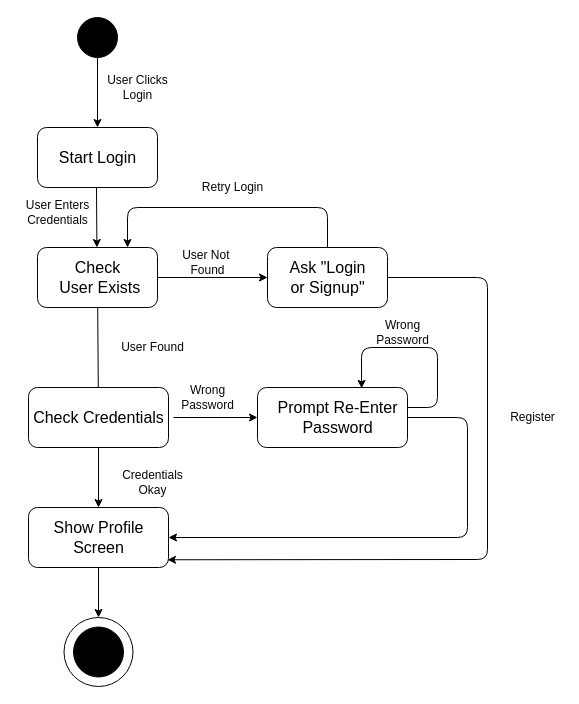
Earlier version of the draw.io diagram Dessign Documents/Diagrams/StateDiagrams/state_diagram_login.drawio (folkg/movie-ticket-reservation-app). Source tidied: cells renumbered, new cells numbered last; positions are measured from the earlier drawing's top-left corner, leaving out a move shared by most shapes. Both pictures are drawn from the tidied source at 100%, with x=0, y=0 at pixel (17, 17).
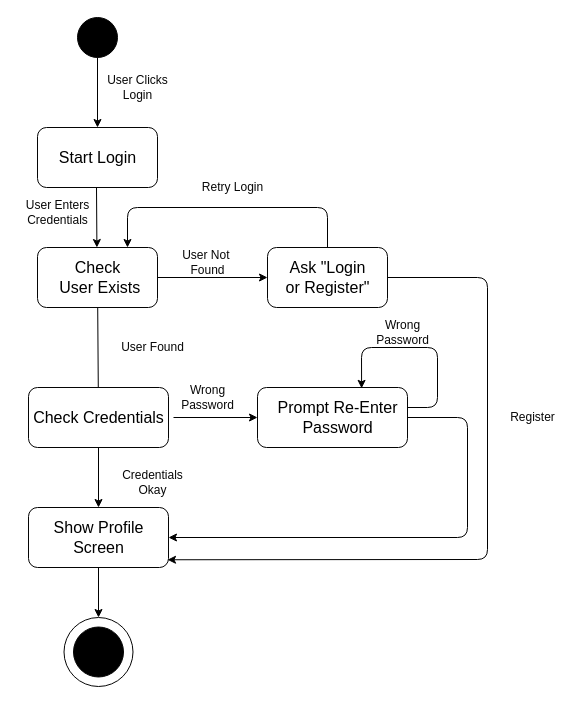
Above is the later version.

Commit message:
Small Change to login state diagram

The change refers to these unchanged cells:
```xml
<mxCell id="26" style="group;" parent="1" vertex="1">
  <mxGeometry x="250" y="230" width="125" height="60" as="geometry" />
</mxCell>
```

What changed in the source:
```diff
@@
-    <mxCell id="28" value="&lt;span style=&quot;font-size: 16px&quot;&gt;Ask &quot;Login &lt;br&gt;or Signup&quot;&lt;br&gt;&lt;/span&gt;" style="text;html=1;align=center;verticalAlign=middle;strokeColor=none;fillColor=none;fontColor=#000000;" parent="26" vertex="1">
-      <mxGeometry x="15" y="10" width="90" height="40" as="geometry" />
+    <mxCell id="28" value="&lt;span style=&quot;font-size: 16px&quot;&gt;Ask &quot;Login &lt;br&gt;or Register&quot;&lt;br&gt;&lt;/span&gt;" style="text;html=1;align=center;verticalAlign=middle;strokeColor=none;fillColor=none;fontColor=#000000;" parent="26" vertex="1">
+      <mxGeometry x="10" y="10" width="100" height="40" as="geometry" />
     </mxCell>
```
